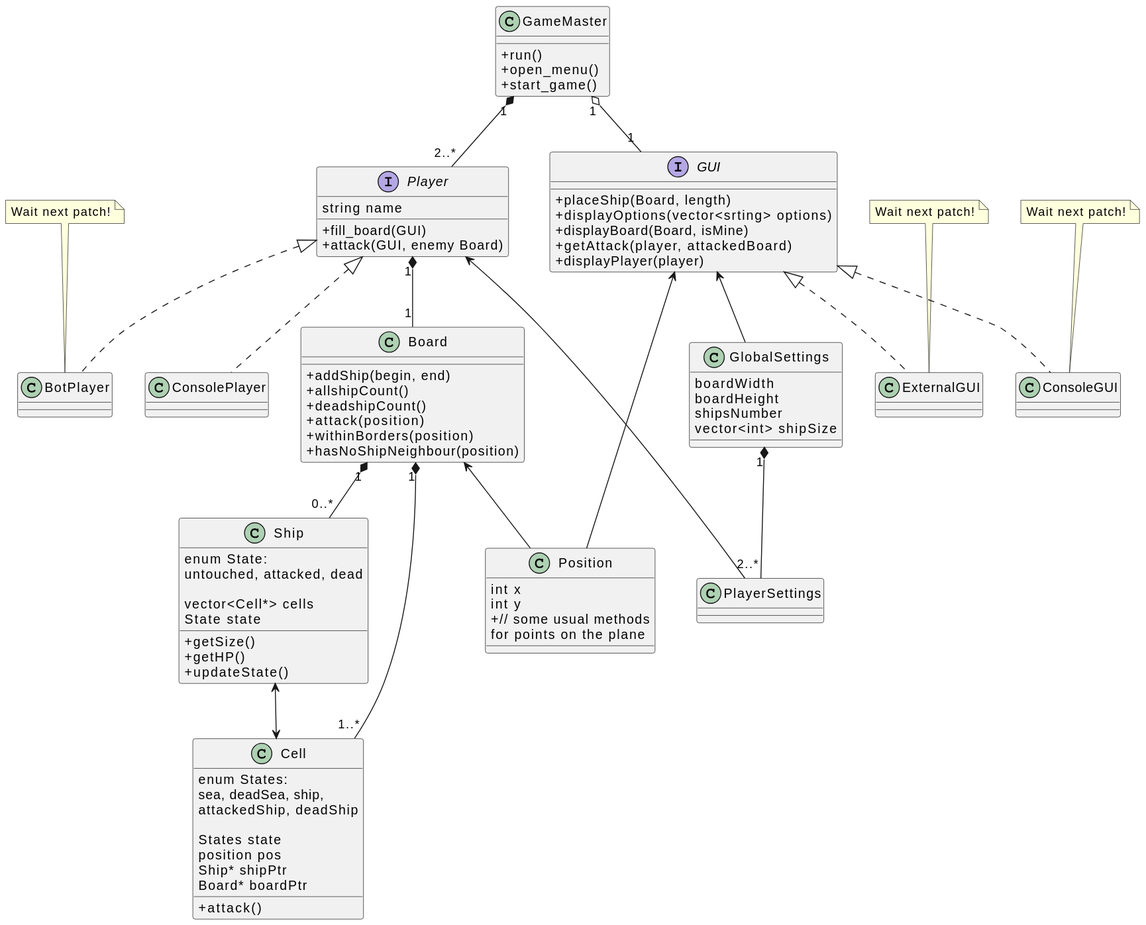
The PlantUML diagram ClassDiagram.svg in Fas0u1er/ATP_incident, before a commit.
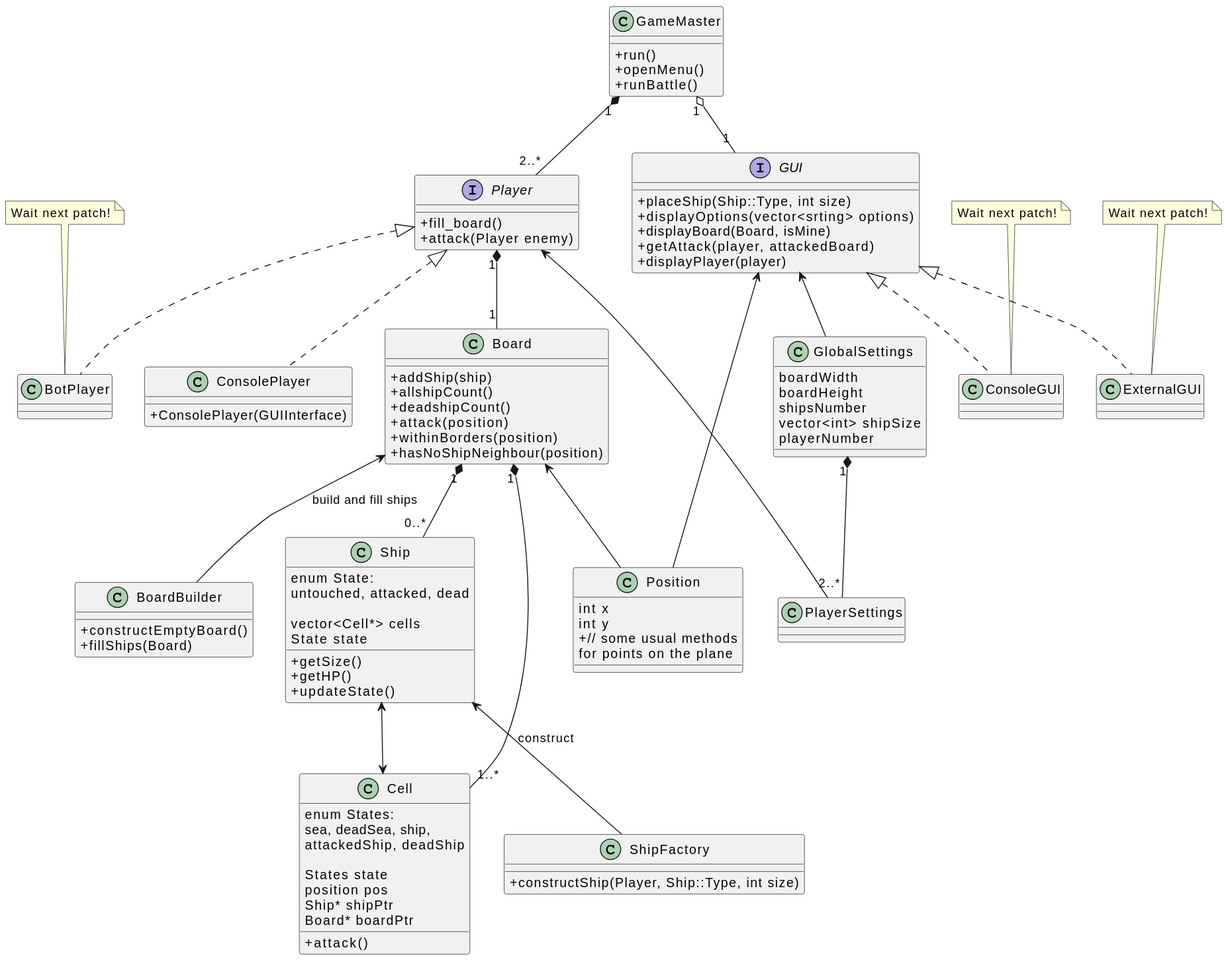
Later version of the same file.

Change to the diagram source:
```diff
@@ -5,17 +5,17 @@
 
 class GameMaster {
 +run()
-+open_menu()
-+start_game()
++openMenu()
++runBattle()
 }
+
 interface Player {
-string name
-+fill_board(GUI)
-+attack(GUI, enemy Board)
++fill_board()
++attack(Player enemy)
 }
 
 interface GUI {
-+placeShip(Board, length)
++placeShip(Ship::Type, int size)
 +displayOptions(vector<srting> options)
 +displayBoard(Board, isMine)
 +getAttack(player, attackedBoard)
@@ -28,12 +28,14 @@
 }
 
 together {
-class ConsolePlayer {}
+class ConsolePlayer {
++ConsolePlayer(GUIInterface)
+}
 class BotPlayer {}
 }
 
 class Board {
-+addShip(begin, end)
++addShip(ship)
 +allshipCount()
 +deadshipCount()
 +attack(position)
@@ -54,6 +56,7 @@
 
 +attack()
 }
+
 class Ship {
 enum State:
 untouched, attacked, dead
@@ -65,6 +68,8 @@
 +updateState()
 }
 }
+
+
 
 class Position {
 int x
@@ -78,6 +83,16 @@
 boardHeight
 shipsNumber
 vector<int> shipSize
+playerNumber
+}
+
+class BoardBuilder{
++constructEmptyBoard()
++fillShips(Board)
+}
+
+class ShipFactory {
++constructShip(Player, Ship::Type, int size)
 }
 
 class PlayerSettings {}
@@ -103,9 +118,11 @@
 
 GUI <-- Position
 Board <-- Position
+Board <-- BoardBuilder : build and fill ships
 
 GUI <-- GlobalSettings
 Player <-- PlayerSettings
 
 Ship <--> Cell
+Ship <-- ShipFactory : construct
 @enduml
```
